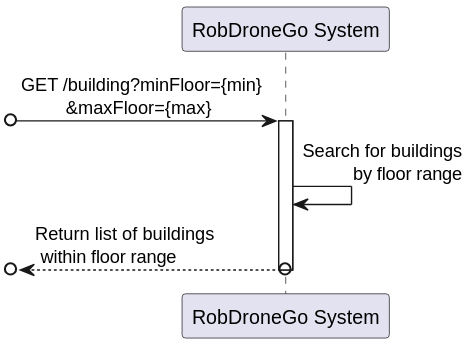
Before: docs/US/ID-180/SD Lv1.svg, a diagram exported from PlantUML (winqus/RobDroneGo).
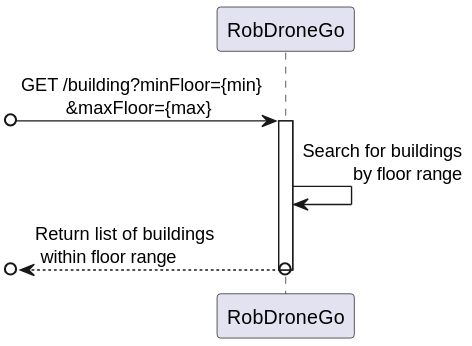
After the commit.

The edit, as a diff of the source:
```diff
@@ -1,6 +1,6 @@
 @startuml SD Lv1
 
-participant "RobDroneGo System" as System
+participant "RobDroneGo" as System
 
 [o-> System : GET /building?minFloor={min}\n\t&maxFloor={max}
 activate System
```
